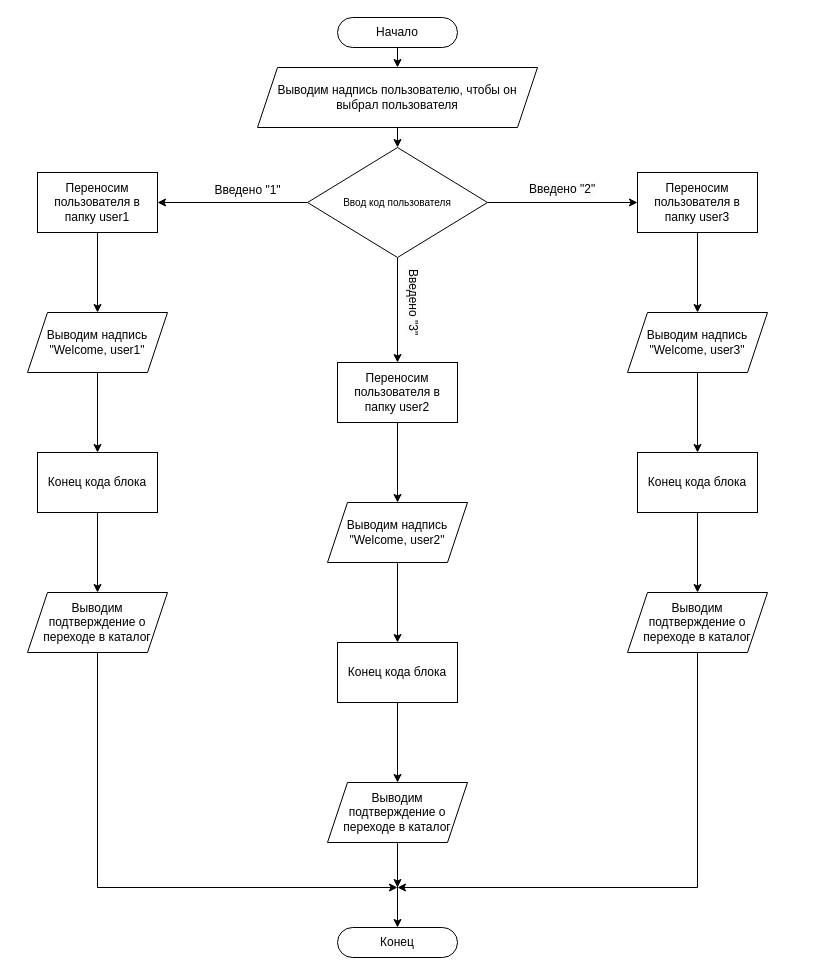
Before: DosBox.drawio in VMataruev/lab01, a draw.io diagram. Source tidied: cells renumbered, new cells numbered last; positions are measured from the earlier drawing's top-left corner, leaving out a move shared by most shapes. Both pictures are drawn from the tidied source at 100%, with x=0, y=0 at pixel (27, 17).
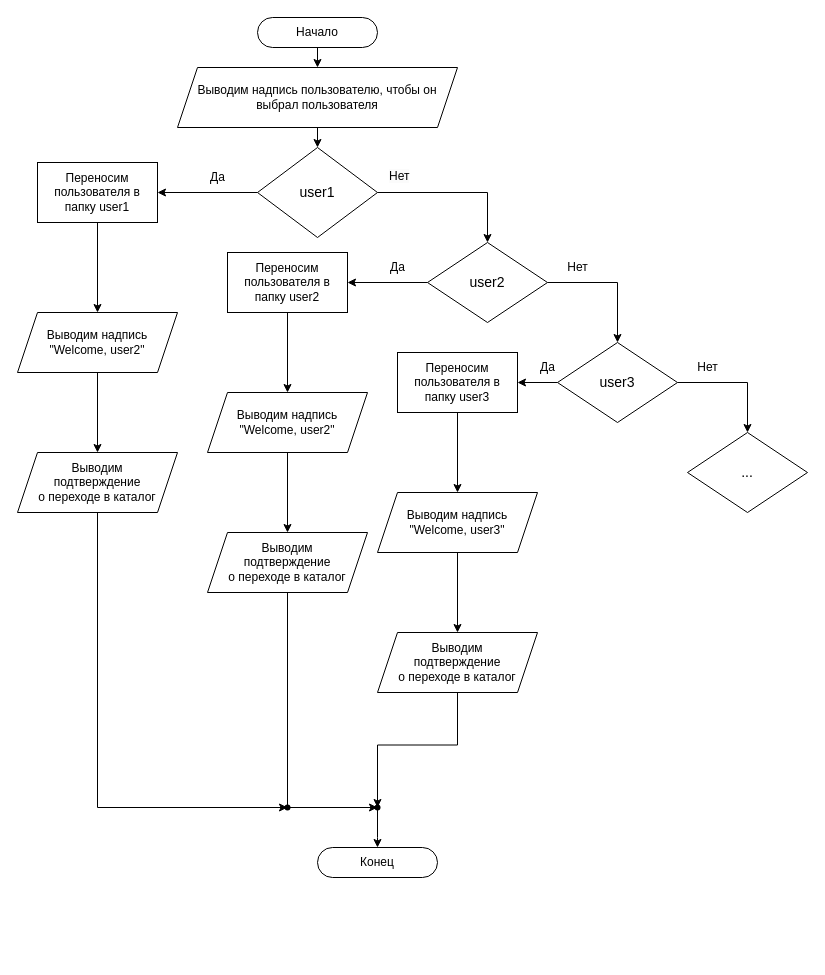
Above is the later version.

Change to the diagram source:
```diff
@@
     <mxCell id="2" value="Начало" style="rounded=1;whiteSpace=wrap;html=1;arcSize=50;" parent="1" vertex="1">
-      <mxGeometry x="310" width="120" height="30" as="geometry" />
+      <mxGeometry x="230" width="120" height="30" as="geometry" />
     </mxCell>
@@
     <mxCell id="4" value="Выводим надпись пользователю, чтобы он выбрал пользователя" style="shape=parallelogram;perimeter=parallelogramPerimeter;whiteSpace=wrap;html=1;fixedSize=1;" parent="1" vertex="1">
-      <mxGeometry x="230" y="50" width="280" height="60" as="geometry" />
+      <mxGeometry x="150" y="50" width="280" height="60" as="geometry" />
     </mxCell>
-    <mxCell id="5" style="edgeStyle=orthogonalEdgeStyle;rounded=0;jettySize=auto;html=1;" parent="1" edge="1" source="8" target="11">
-      <mxGeometry relative="1" as="geometry" />
-    </mxCell>
@@
-    <mxCell id="7" style="edgeStyle=orthogonalEdgeStyle;rounded=0;jettySize=auto;html=1;" parent="1" edge="1" source="8" target="15">
-      <mxGeometry relative="1" as="geometry" />
-    </mxCell>
-    <mxCell id="8" value="&lt;font style=&quot;font-size: 10px;&quot;&gt;Ввод код пользователя&lt;/font&gt;" style="rhombus;whiteSpace=wrap;html=1;" parent="1" vertex="1">
-      <mxGeometry x="280" y="130" width="180" height="110" as="geometry" />
+    <mxCell id="8" value="&lt;font style=&quot;font-size: 14px;&quot;&gt;user1&lt;/font&gt;" style="rhombus;whiteSpace=wrap;html=1;" parent="1" vertex="1">
+      <mxGeometry x="230" y="130" width="120" height="90" as="geometry" />
     </mxCell>
@@
+    <mxCell id="39" style="edgeStyle=orthogonalEdgeStyle;rounded=0;jettySize=auto;html=1;" parent="1" edge="1" source="13" target="41">
+      <mxGeometry relative="1" as="geometry" />
+    </mxCell>
+    <mxCell id="13" value="Переносим пользователя в папку user1" style="whiteSpace=wrap;html=1;" parent="1" vertex="1">
+      <mxGeometry x="10" y="145" width="120" height="60" as="geometry" />
+    </mxCell>
+    <mxCell id="31" value="Конец" style="rounded=1;whiteSpace=wrap;html=1;arcSize=50;" parent="1" vertex="1">
+      <mxGeometry x="290" y="830" width="120" height="30" as="geometry" />
+    </mxCell>
+    <mxCell id="36" value="Да" style="text;html=1;align=center;verticalAlign=middle;strokeColor=none;fillColor=none;" parent="1" vertex="1">
+      <mxGeometry x="170" y="145" width="40" height="30" as="geometry" />
+    </mxCell>
+    <mxCell id="40" style="edgeStyle=orthogonalEdgeStyle;rounded=0;jettySize=auto;html=1;" parent="1" edge="1" source="41" target="43">
+      <mxGeometry relative="1" as="geometry" />
+    </mxCell>
+    <mxCell id="41" value="Выводим надпись&lt;br style=&quot;border-color: var(--border-color);&quot;&gt;&quot;Welcome, user2&quot;" style="shape=parallelogram;perimeter=parallelogramPerimeter;whiteSpace=wrap;html=1;fixedSize=1;" parent="1" vertex="1">
+      <mxGeometry x="-10" y="295" width="160" height="60" as="geometry" />
+    </mxCell>
+    <mxCell id="42" style="edgeStyle=orthogonalEdgeStyle;rounded=0;jettySize=auto;html=1;" parent="1" edge="1" source="43">
+      <mxGeometry relative="1" as="geometry">
+        <mxPoint x="260" y="790" as="targetPoint" />
+        <Array as="points">
+          <mxPoint x="70" y="790" />
+        </Array>
+      </mxGeometry>
+    </mxCell>
+    <mxCell id="43" value="Выводим &lt;br&gt;подтверждение &lt;br&gt;о переходе в каталог" style="shape=parallelogram;perimeter=parallelogramPerimeter;whiteSpace=wrap;html=1;fixedSize=1;" parent="1" vertex="1">
+      <mxGeometry x="-10" y="435" width="160" height="60" as="geometry" />
+    </mxCell>
+    <mxCell id="44" style="edgeStyle=orthogonalEdgeStyle;rounded=0;jettySize=auto;html=1;" parent="1" edge="1" source="46" target="15">
+      <mxGeometry relative="1" as="geometry" />
+    </mxCell>
+    <mxCell id="45" style="edgeStyle=orthogonalEdgeStyle;rounded=0;jettySize=auto;html=1;" parent="1" edge="1" source="46" target="51">
+      <mxGeometry relative="1" as="geometry" />
+    </mxCell>
+    <mxCell id="46" value="&lt;font style=&quot;font-size: 14px;&quot;&gt;user2&lt;/font&gt;" style="rhombus;whiteSpace=wrap;html=1;" parent="1" vertex="1">
+      <mxGeometry x="400" y="225" width="120" height="80" as="geometry" />
+    </mxCell>
+    <mxCell id="47" style="edgeStyle=orthogonalEdgeStyle;rounded=0;jettySize=auto;html=1;entryX=0.5;entryY=0;entryDx=0;entryDy=0;" parent="1" edge="1" source="8" target="46">
+      <mxGeometry relative="1" as="geometry" />
+    </mxCell>
+    <mxCell id="37" value="&lt;span style=&quot;color: rgb(0, 0, 0); font-family: Helvetica; font-size: 12px; font-style: normal; font-variant-ligatures: normal; font-variant-caps: normal; font-weight: 400; letter-spacing: normal; orphans: 2; text-align: center; text-indent: 0px; text-transform: none; widows: 2; word-spacing: 0px; -webkit-text-stroke-width: 0px; background-color: rgb(251, 251, 251); text-decoration-thickness: initial; text-decoration-style: initial; text-decoration-color: initial; float: none; display: inline !important;&quot;&gt;Нет&lt;/span&gt;" style="text;whiteSpace=wrap;html=1;" parent="1" vertex="1">
+      <mxGeometry x="360" y="145" width="110" height="32" as="geometry" />
+    </mxCell>
+    <mxCell id="48" style="edgeStyle=orthogonalEdgeStyle;rounded=0;jettySize=auto;html=1;" parent="1" edge="1" source="15" target="53">
+      <mxGeometry relative="1" as="geometry" />
+    </mxCell>
+    <mxCell id="15" value="Переносим пользователя в папку user2" style="whiteSpace=wrap;html=1;" parent="1" vertex="1">
+      <mxGeometry x="200" y="235" width="120" height="60" as="geometry" />
+    </mxCell>
+    <mxCell id="49" style="edgeStyle=orthogonalEdgeStyle;rounded=0;jettySize=auto;html=1;" parent="1" edge="1" source="51" target="11">
+      <mxGeometry relative="1" as="geometry" />
+    </mxCell>
+    <mxCell id="50" style="edgeStyle=orthogonalEdgeStyle;rounded=0;jettySize=auto;html=1;" parent="1" edge="1" source="51" target="62">
+      <mxGeometry relative="1" as="geometry" />
+    </mxCell>
+    <mxCell id="51" value="&lt;font style=&quot;font-size: 14px;&quot;&gt;user3&lt;/font&gt;" style="rhombus;whiteSpace=wrap;html=1;" parent="1" vertex="1">
+      <mxGeometry x="530" y="325" width="120" height="80" as="geometry" />
+    </mxCell>
+    <mxCell id="52" style="edgeStyle=orthogonalEdgeStyle;rounded=0;jettySize=auto;html=1;" parent="1" edge="1" source="53" target="55">
+      <mxGeometry relative="1" as="geometry" />
+    </mxCell>
+    <mxCell id="53" value="Выводим надпись&lt;br style=&quot;border-color: var(--border-color);&quot;&gt;&quot;Welcome, user2&quot;" style="shape=parallelogram;perimeter=parallelogramPerimeter;whiteSpace=wrap;html=1;fixedSize=1;" parent="1" vertex="1">
+      <mxGeometry x="180" y="375" width="160" height="60" as="geometry" />
+    </mxCell>
+    <mxCell id="54" style="edgeStyle=orthogonalEdgeStyle;rounded=0;jettySize=auto;html=1;exitX=0.5;exitY=1;exitDx=0;exitDy=0;entryX=-0.05;entryY=0.604;entryDx=0;entryDy=0;entryPerimeter=0;" parent="1" edge="1" source="55" target="65">
+      <mxGeometry relative="1" as="geometry">
+        <Array as="points">
+          <mxPoint x="260" y="790" />
+        </Array>
+      </mxGeometry>
+    </mxCell>
+    <mxCell id="55" value="Выводим&lt;br style=&quot;border-color: var(--border-color);&quot;&gt;подтверждение&lt;br style=&quot;border-color: var(--border-color);&quot;&gt;о переходе в каталог" style="shape=parallelogram;perimeter=parallelogramPerimeter;whiteSpace=wrap;html=1;fixedSize=1;" parent="1" vertex="1">
+      <mxGeometry x="180" y="515" width="160" height="60" as="geometry" />
+    </mxCell>
+    <mxCell id="56" value="Да" style="text;html=1;align=center;verticalAlign=middle;strokeColor=none;fillColor=none;" parent="1" vertex="1">
+      <mxGeometry x="350" y="235" width="40" height="30" as="geometry" />
+    </mxCell>
+    <mxCell id="57" value="Нет" style="text;html=1;align=center;verticalAlign=middle;strokeColor=none;fillColor=none;" parent="1" vertex="1">
+      <mxGeometry x="530" y="235" width="40" height="30" as="geometry" />
+    </mxCell>
@@
     <mxCell id="11" value="Переносим пользователя в папку user3" style="whiteSpace=wrap;html=1;" parent="1" vertex="1">
-      <mxGeometry x="610" y="155" width="120" height="60" as="geometry" />
+      <mxGeometry x="370" y="335" width="120" height="60" as="geometry" />
     </mxCell>
-    <mxCell id="12" style="edgeStyle=orthogonalEdgeStyle;rounded=0;jettySize=auto;html=1;" parent="1" edge="1" source="13" target="17">
-      <mxGeometry relative="1" as="geometry" />
-    </mxCell>
-    <mxCell id="13" value="Переносим пользователя в папку user1" style="whiteSpace=wrap;html=1;" parent="1" vertex="1">
-      <mxGeometry x="10" y="155" width="120" height="60" as="geometry" />
-    </mxCell>
-    <mxCell id="14" style="edgeStyle=orthogonalEdgeStyle;rounded=0;jettySize=auto;html=1;" parent="1" edge="1" source="15" target="19">
-      <mxGeometry relative="1" as="geometry" />
-    </mxCell>
-    <mxCell id="15" value="Переносим пользователя в папку user2" style="whiteSpace=wrap;html=1;" parent="1" vertex="1">
-      <mxGeometry x="310" y="345" width="120" height="60" as="geometry" />
-    </mxCell>
-    <mxCell id="16" style="edgeStyle=orthogonalEdgeStyle;rounded=0;jettySize=auto;html=1;" parent="1" edge="1" source="17" target="23">
-      <mxGeometry relative="1" as="geometry" />
-    </mxCell>
-    <mxCell id="17" value="Выводим надпись&lt;br&gt;&quot;Welcome, user1&quot;" style="shape=parallelogram;perimeter=parallelogramPerimeter;whiteSpace=wrap;html=1;fixedSize=1;" parent="1" vertex="1">
-      <mxGeometry y="295" width="140" height="60" as="geometry" />
-    </mxCell>
-    <mxCell id="18" style="edgeStyle=orthogonalEdgeStyle;rounded=0;jettySize=auto;html=1;" parent="1" edge="1" source="19" target="25">
-      <mxGeometry relative="1" as="geometry" />
-    </mxCell>
-    <mxCell id="19" value="Выводим надпись&lt;br style=&quot;border-color: var(--border-color);&quot;&gt;&quot;Welcome, user2&quot;" style="shape=parallelogram;perimeter=parallelogramPerimeter;whiteSpace=wrap;html=1;fixedSize=1;" parent="1" vertex="1">
-      <mxGeometry x="300" y="485" width="140" height="60" as="geometry" />
-    </mxCell>
-    <mxCell id="20" style="edgeStyle=orthogonalEdgeStyle;rounded=0;jettySize=auto;html=1;" parent="1" edge="1" source="21" target="27">
-      <mxGeometry relative="1" as="geometry" />
-    </mxCell>
+    <mxCell id="58" style="edgeStyle=orthogonalEdgeStyle;rounded=0;jettySize=auto;html=1;" parent="1" edge="1" source="21" target="60">
+      <mxGeometry relative="1" as="geometry" />
+    </mxCell>
     <mxCell id="21" value="Выводим надпись&lt;br style=&quot;border-color: var(--border-color);&quot;&gt;&quot;Welcome, user3&quot;" style="shape=parallelogram;perimeter=parallelogramPerimeter;whiteSpace=wrap;html=1;fixedSize=1;" parent="1" vertex="1">
-      <mxGeometry x="600" y="295" width="140" height="60" as="geometry" />
+      <mxGeometry x="350" y="475" width="160" height="60" as="geometry" />
     </mxCell>
-    <mxCell id="22" style="edgeStyle=orthogonalEdgeStyle;rounded=0;jettySize=auto;html=1;" parent="1" edge="1" source="23" target="29">
-      <mxGeometry relative="1" as="geometry" />
-    </mxCell>
-    <mxCell id="23" value="Конец кода блока" style="whiteSpace=wrap;html=1;" parent="1" vertex="1">
-      <mxGeometry x="10" y="435" width="120" height="60" as="geometry" />
-    </mxCell>
-    <mxCell id="24" style="edgeStyle=orthogonalEdgeStyle;rounded=0;jettySize=auto;html=1;" parent="1" edge="1" source="25" target="28">
-      <mxGeometry relative="1" as="geometry" />
-    </mxCell>
-    <mxCell id="25" value="Конец кода блока" style="whiteSpace=wrap;html=1;" parent="1" vertex="1">
-      <mxGeometry x="310" y="625" width="120" height="60" as="geometry" />
-    </mxCell>
-    <mxCell id="26" style="edgeStyle=orthogonalEdgeStyle;rounded=0;jettySize=auto;html=1;" parent="1" edge="1" source="27" target="30">
-      <mxGeometry relative="1" as="geometry" />
-    </mxCell>
-    <mxCell id="27" value="Конец кода блока" style="whiteSpace=wrap;html=1;" parent="1" vertex="1">
-      <mxGeometry x="610" y="435" width="120" height="60" as="geometry" />
-    </mxCell>
-    <mxCell id="28" value="Выводим подтверждение о переходе в каталог" style="shape=parallelogram;perimeter=parallelogramPerimeter;whiteSpace=wrap;html=1;fixedSize=1;" parent="1" vertex="1">
-      <mxGeometry x="300" y="765" width="140" height="60" as="geometry" />
-    </mxCell>
-    <mxCell id="29" value="Выводим подтверждение о переходе в каталог" style="shape=parallelogram;perimeter=parallelogramPerimeter;whiteSpace=wrap;html=1;fixedSize=1;" parent="1" vertex="1">
-      <mxGeometry y="575" width="140" height="60" as="geometry" />
-    </mxCell>
-    <mxCell id="30" value="Выводим подтверждение о переходе в каталог" style="shape=parallelogram;perimeter=parallelogramPerimeter;whiteSpace=wrap;html=1;fixedSize=1;" parent="1" vertex="1">
-      <mxGeometry x="600" y="575" width="140" height="60" as="geometry" />
-    </mxCell>
-    <mxCell id="31" value="Конец" style="rounded=1;whiteSpace=wrap;html=1;arcSize=50;" parent="1" vertex="1">
-      <mxGeometry x="310" y="910" width="120" height="30" as="geometry" />
-    </mxCell>
-    <mxCell id="32" style="endArrow=classic;html=1;rounded=0;exitX=0.5;exitY=1;exitDx=0;exitDy=0;" parent="1" edge="1" source="28">
-      <mxGeometry relative="1" as="geometry">
-        <mxPoint x="370" y="870" as="targetPoint" />
-      </mxGeometry>
-    </mxCell>
-    <mxCell id="33" style="endArrow=classic;html=1;rounded=0;exitX=0.5;exitY=1;exitDx=0;exitDy=0;" parent="1" edge="1" source="30">
-      <mxGeometry relative="1" as="geometry">
-        <mxPoint x="370" y="870" as="targetPoint" />
-        <Array as="points">
-          <mxPoint x="670" y="870" />
-        </Array>
-      </mxGeometry>
-    </mxCell>
-    <mxCell id="34" style="endArrow=classic;html=1;rounded=0;exitX=0.5;exitY=1;exitDx=0;exitDy=0;" parent="1" edge="1" source="29">
-      <mxGeometry relative="1" as="geometry">
-        <mxPoint x="370" y="870" as="targetPoint" />
-        <Array as="points">
-          <mxPoint x="70" y="870" />
-        </Array>
-      </mxGeometry>
-    </mxCell>
-    <mxCell id="35" style="endArrow=classic;html=1;rounded=0;entryX=0.5;entryY=0;entryDx=0;entryDy=0;exitX=0.5;exitY=1;exitDx=0;exitDy=0;" parent="1" edge="1" source="28" target="31">
-      <mxGeometry relative="1" as="geometry" />
-    </mxCell>
-    <mxCell id="36" value="Введено &quot;1&quot;" style="text;html=1;align=center;verticalAlign=middle;strokeColor=none;fillColor=none;" parent="1" vertex="1">
-      <mxGeometry x="175" y="158" width="90" height="30" as="geometry" />
-    </mxCell>
-    <mxCell id="37" value="&lt;span style=&quot;color: rgb(0, 0, 0); font-family: Helvetica; font-size: 12px; font-style: normal; font-variant-ligatures: normal; font-variant-caps: normal; font-weight: 400; letter-spacing: normal; orphans: 2; text-align: center; text-indent: 0px; text-transform: none; widows: 2; word-spacing: 0px; -webkit-text-stroke-width: 0px; background-color: rgb(251, 251, 251); text-decoration-thickness: initial; text-decoration-style: initial; text-decoration-color: initial; float: none; display: inline !important;&quot;&gt;Введено &quot;2&quot;&lt;/span&gt;" style="text;whiteSpace=wrap;html=1;" parent="1" vertex="1">
-      <mxGeometry x="500" y="158" width="100" height="40" as="geometry" />
-    </mxCell>
-    <mxCell id="38" value="&lt;span style=&quot;color: rgb(0, 0, 0); font-family: Helvetica; font-size: 12px; font-style: normal; font-variant-ligatures: normal; font-variant-caps: normal; font-weight: 400; letter-spacing: normal; orphans: 2; text-align: center; text-indent: 0px; text-transform: none; widows: 2; word-spacing: 0px; -webkit-text-stroke-width: 0px; background-color: rgb(251, 251, 251); text-decoration-thickness: initial; text-decoration-style: initial; text-decoration-color: initial; float: none; display: inline !important;&quot;&gt;Введено &quot;3&quot;&lt;/span&gt;" style="text;whiteSpace=wrap;html=1;rotation=90;" parent="1" vertex="1">
-      <mxGeometry x="330" y="280" width="100" height="40" as="geometry" />
-    </mxCell>
+    <mxCell id="59" style="edgeStyle=orthogonalEdgeStyle;rounded=0;jettySize=auto;html=1;" parent="1" edge="1" source="60" target="65">
+      <mxGeometry relative="1" as="geometry" />
+    </mxCell>
+    <mxCell id="60" value="Выводим&lt;br style=&quot;border-color: var(--border-color);&quot;&gt;подтверждение&lt;br style=&quot;border-color: var(--border-color);&quot;&gt;о переходе в каталог" style="shape=parallelogram;perimeter=parallelogramPerimeter;whiteSpace=wrap;html=1;fixedSize=1;" parent="1" vertex="1">
+      <mxGeometry x="350" y="615" width="160" height="60" as="geometry" />
+    </mxCell>
+    <mxCell id="61" value="Да" style="text;html=1;align=center;verticalAlign=middle;strokeColor=none;fillColor=none;" parent="1" vertex="1">
+      <mxGeometry x="500" y="335" width="40" height="30" as="geometry" />
+    </mxCell>
+    <mxCell id="62" value="&lt;span style=&quot;font-size: 14px;&quot;&gt;...&lt;/span&gt;" style="rhombus;whiteSpace=wrap;html=1;" parent="1" vertex="1">
+      <mxGeometry x="660" y="415" width="120" height="80" as="geometry" />
+    </mxCell>
+    <mxCell id="63" value="Нет" style="text;html=1;align=center;verticalAlign=middle;strokeColor=none;fillColor=none;" parent="1" vertex="1">
+      <mxGeometry x="660" y="335" width="40" height="30" as="geometry" />
+    </mxCell>
+    <mxCell id="64" style="edgeStyle=orthogonalEdgeStyle;rounded=0;jettySize=auto;html=1;" parent="1" edge="1" source="65">
+      <mxGeometry relative="1" as="geometry">
+        <mxPoint x="350" y="830" as="targetPoint" />
+      </mxGeometry>
+    </mxCell>
+    <mxCell id="65" style="shape=waypoint;sketch=0;size=6;points=[];fillColor=default;perimeter=centerPerimeter;snapToPoint=1;" parent="1" vertex="1">
+      <mxGeometry x="340" y="780" width="20" height="20" as="geometry" />
+    </mxCell>
+    <mxCell id="66" style="shape=waypoint;sketch=0;size=6;fillColor=default;perimeter=centerPerimeter;" parent="1" vertex="1">
+      <mxGeometry x="250" y="780" width="20" height="20" as="geometry" />
+    </mxCell>
```
